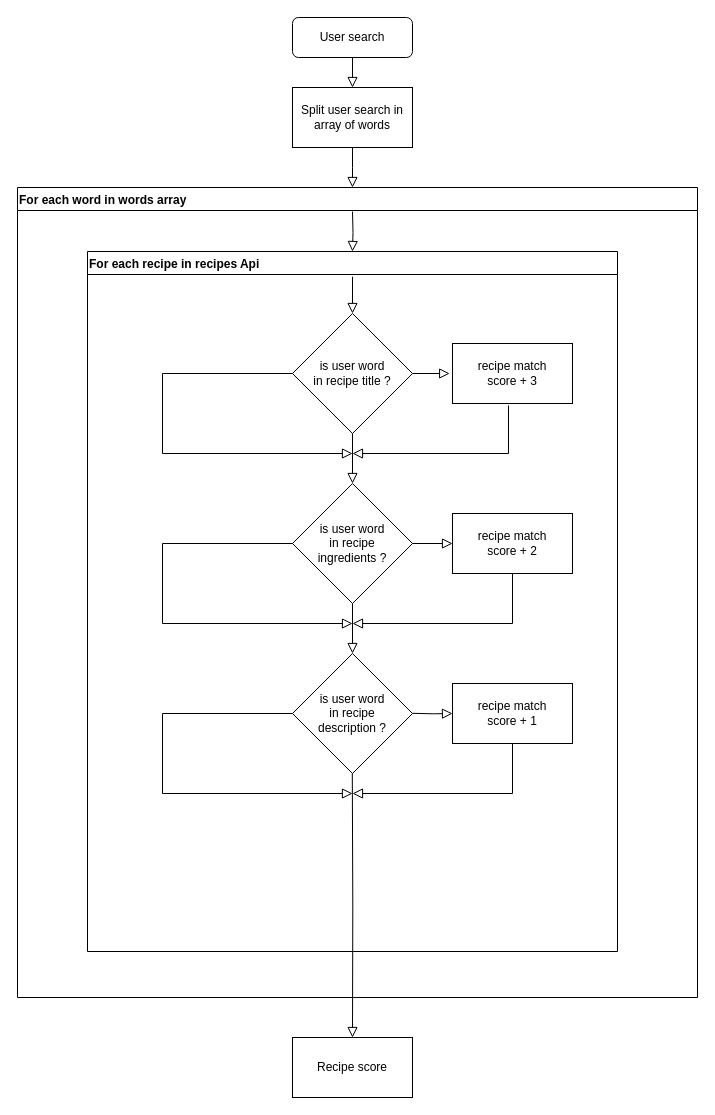
The draw.io diagram docs/option_2.drawio in Codamor/LesPetitsPlats, before the edit. Source tidied: cells renumbered, new cells numbered last; positions are measured from the earlier drawing's top-left corner, leaving out a move shared by most shapes. Both pictures are drawn from the tidied source at 100%, with x=0, y=0 at pixel (17, 17).
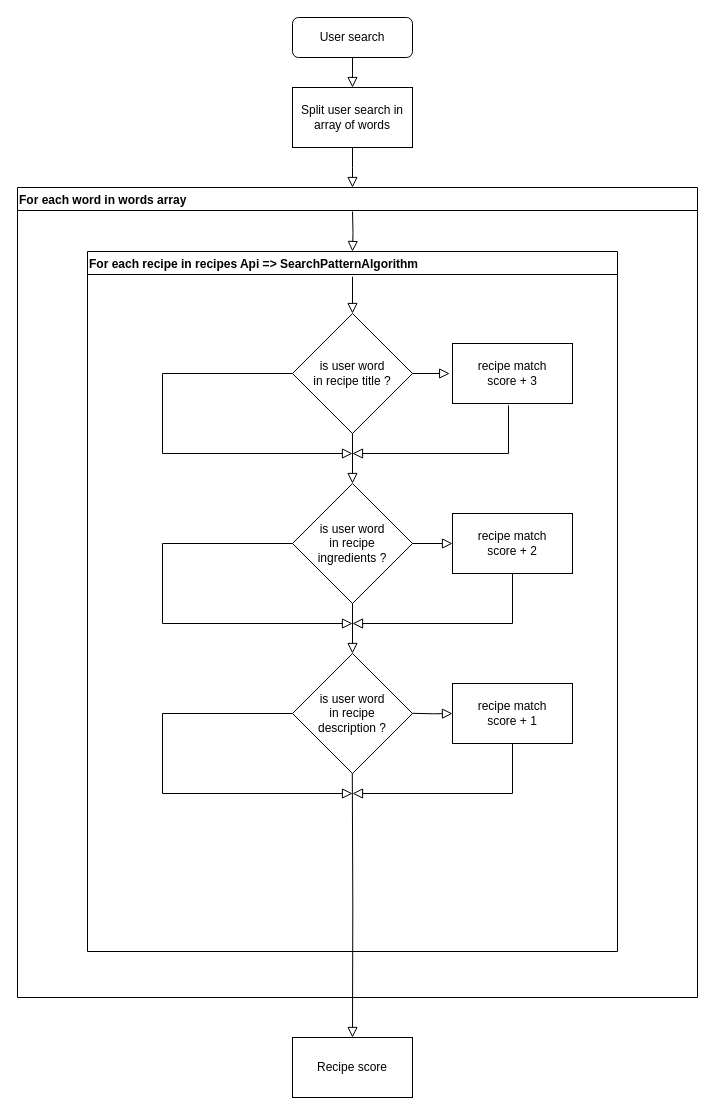
Above is the later version.

Commit message (it also covers changes not shown here):
replace algorithms drawio files

The change refers to these unchanged cells:
```xml
<mxCell id="6" value="For each word in words array" style="swimlane;align=left;" parent="1" vertex="1">
  <mxGeometry y="170" width="680" height="810" as="geometry" />
</mxCell>
```

The edit, as a diff of the source:
```diff
@@
-    <mxCell id="7" value="For each recipe in recipes Api" style="swimlane;align=left;" parent="6" vertex="1">
+    <mxCell id="7" value="For each recipe in recipes Api =&gt; SearchPatternAlgorithm" style="swimlane;align=left;" parent="6" vertex="1">
       <mxGeometry x="70" y="64" width="530" height="700" as="geometry" />
     </mxCell>
```
